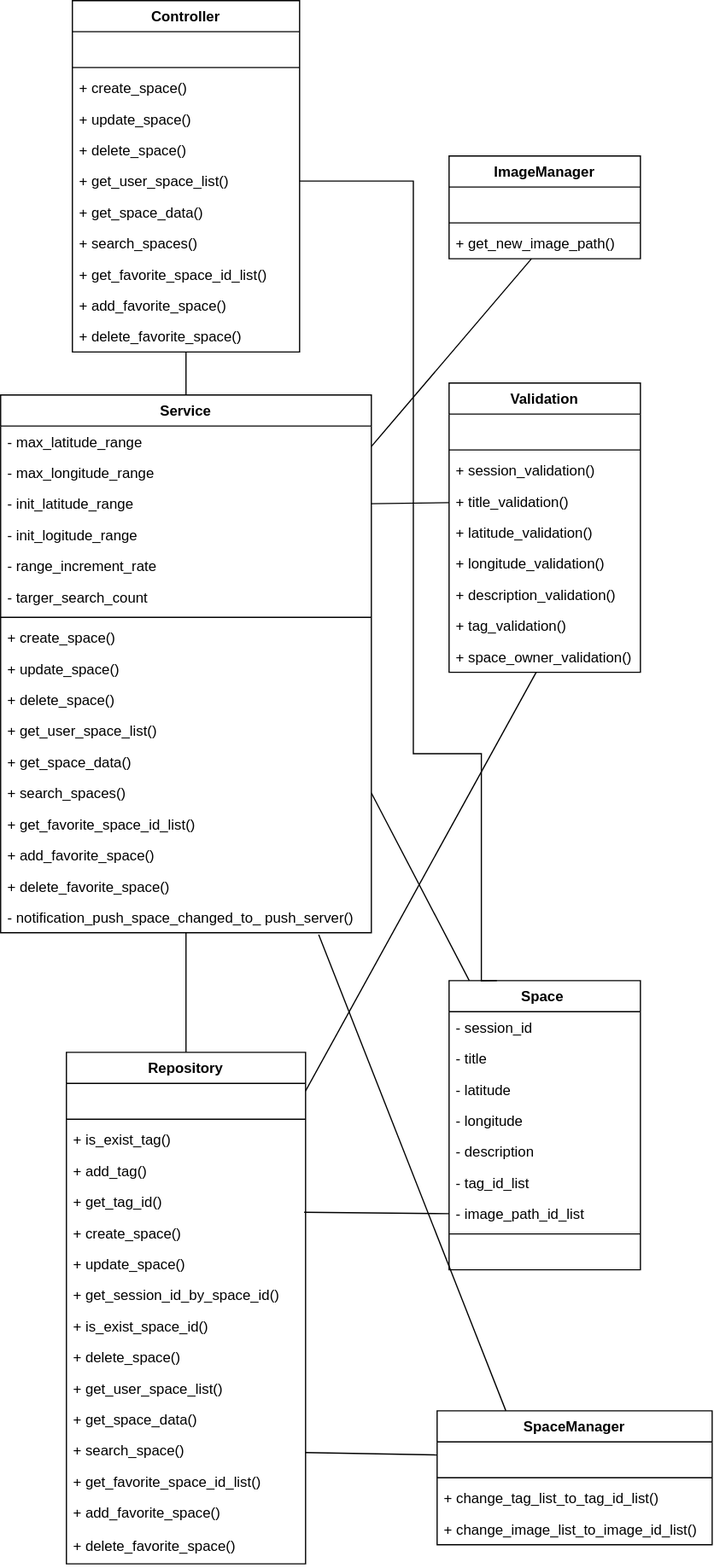
Earlier version of the draw.io export 클래스 다이어그램/space_server_class_diagram.svg (shlim0/2022_capstone1). Source tidied: cells renumbered, new cells last; positions are measured from the earlier drawing's top-left corner, leaving out a move shared by most shapes.
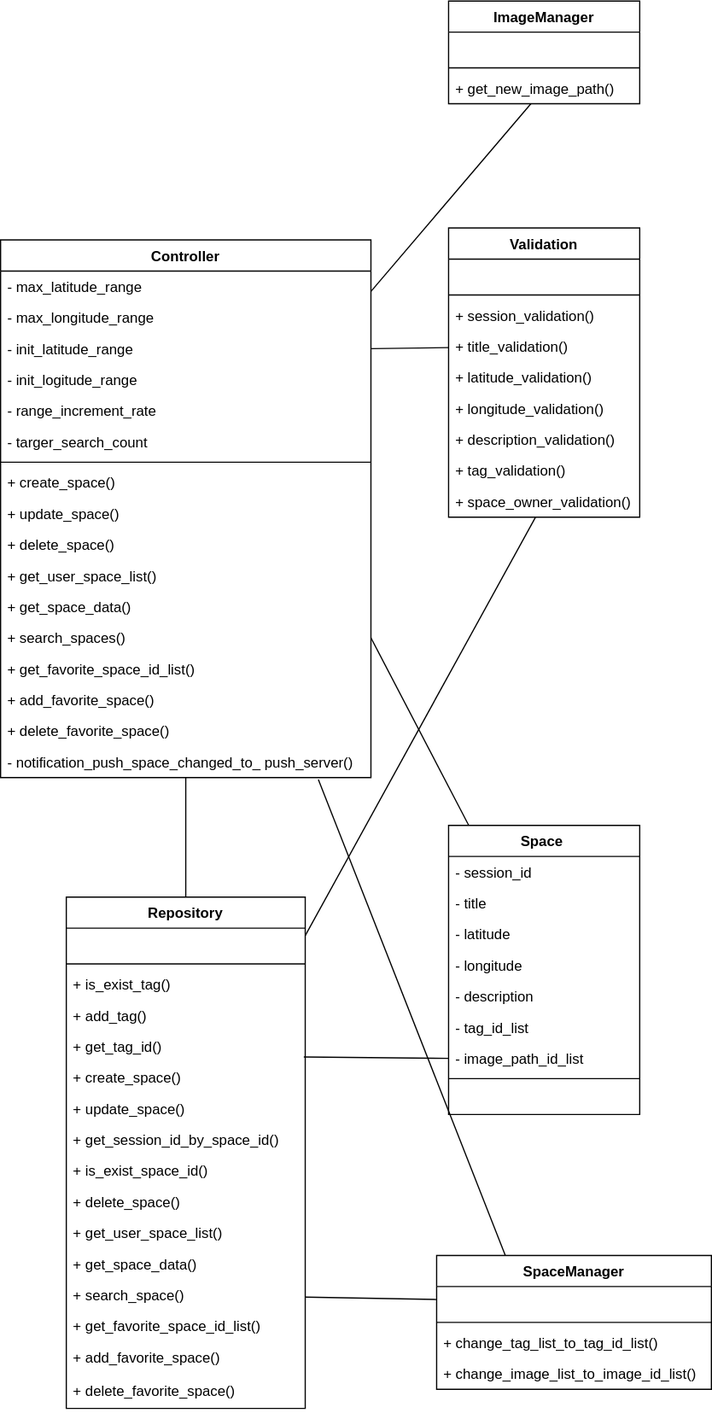
Later version of the same file.

Commit message:
space server class diagram 서비스 클래스 삭제

What changed in the source:
```diff
@@ -2,43 +2,7 @@
   <root>
     <mxCell id="0" />
     <mxCell id="1" parent="0" />
-    <mxCell id="2" value="Controller" style="swimlane;fontStyle=1;align=center;verticalAlign=top;horizontal=1;startSize=26;" parent="1" vertex="1">
-      <mxGeometry x="60" width="190" height="294" as="geometry" />
-    </mxCell>
-    <mxCell id="3" value=" " style="text;strokeColor=none;fillColor=none;align=left;verticalAlign=top;spacingLeft=4;spacingRight=4;overflow=hidden;" parent="2" vertex="1">
-      <mxGeometry y="26" width="190" height="26" as="geometry" />
-    </mxCell>
-    <mxCell id="4" style="line;strokeWidth=1;fillColor=none;align=left;verticalAlign=middle;spacingTop=-1;spacingLeft=3;spacingRight=3;labelPosition=right;strokeColor=inherit;" parent="2" vertex="1">
-      <mxGeometry y="52" width="190" height="8" as="geometry" />
-    </mxCell>
-    <mxCell id="5" value="+ create_space()" style="text;strokeColor=none;fillColor=none;align=left;verticalAlign=top;spacingLeft=4;spacingRight=4;overflow=hidden;" parent="2" vertex="1">
-      <mxGeometry y="60" width="190" height="26" as="geometry" />
-    </mxCell>
-    <mxCell id="6" value="+ update_space()" style="text;strokeColor=none;fillColor=none;align=left;verticalAlign=top;spacingLeft=4;spacingRight=4;overflow=hidden;" parent="2" vertex="1">
-      <mxGeometry y="86" width="190" height="26" as="geometry" />
-    </mxCell>
-    <mxCell id="7" value="+ delete_space()" style="text;strokeColor=none;fillColor=none;align=left;verticalAlign=top;spacingLeft=4;spacingRight=4;overflow=hidden;" parent="2" vertex="1">
-      <mxGeometry y="112" width="190" height="26" as="geometry" />
-    </mxCell>
-    <mxCell id="8" value="+ get_user_space_list()" style="text;strokeColor=none;fillColor=none;align=left;verticalAlign=top;spacingLeft=4;spacingRight=4;overflow=hidden;points=[[0,0.5],[1,0.5]];portConstraint=eastwest;" parent="2" vertex="1">
-      <mxGeometry y="138" width="190" height="26" as="geometry" />
-    </mxCell>
-    <mxCell id="9" value="+ get_space_data()" style="text;strokeColor=none;fillColor=none;align=left;verticalAlign=top;spacingLeft=4;spacingRight=4;overflow=hidden;" parent="2" vertex="1">
-      <mxGeometry y="164" width="190" height="26" as="geometry" />
-    </mxCell>
-    <mxCell id="10" value="+ search_spaces()" style="text;strokeColor=none;fillColor=none;align=left;verticalAlign=top;spacingLeft=4;spacingRight=4;overflow=hidden;" parent="2" vertex="1">
-      <mxGeometry y="190" width="190" height="26" as="geometry" />
-    </mxCell>
-    <mxCell id="11" value="+ get_favorite_space_id_list()" style="text;strokeColor=none;fillColor=none;align=left;verticalAlign=top;spacingLeft=4;spacingRight=4;overflow=hidden;" parent="2" vertex="1">
-      <mxGeometry y="216" width="190" height="26" as="geometry" />
-    </mxCell>
-    <mxCell id="12" value="+ add_favorite_space()" style="text;strokeColor=none;fillColor=none;align=left;verticalAlign=top;spacingLeft=4;spacingRight=4;overflow=hidden;" parent="2" vertex="1">
-      <mxGeometry y="242" width="190" height="26" as="geometry" />
-    </mxCell>
-    <mxCell id="13" value="+ delete_favorite_space()" style="text;strokeColor=none;fillColor=none;align=left;verticalAlign=top;spacingLeft=4;spacingRight=4;overflow=hidden;points=[[0,0.5],[1,0.5]];portConstraint=eastwest;" parent="2" vertex="1">
-      <mxGeometry y="268" width="190" height="26" as="geometry" />
-    </mxCell>
-    <mxCell id="14" value="Service" style="swimlane;fontStyle=1;align=center;verticalAlign=top;horizontal=1;startSize=26;" parent="1" vertex="1">
+    <mxCell id="14" value="Controller" style="swimlane;fontStyle=1;align=center;verticalAlign=top;horizontal=1;startSize=26;" parent="1" vertex="1">
       <mxGeometry y="330" width="310" height="450" as="geometry" />
     </mxCell>
     <mxCell id="15" value="- max_latitude_range " style="text;strokeColor=none;fillColor=none;align=left;verticalAlign=top;spacingLeft=4;spacingRight=4;overflow=hidden;" parent="14" vertex="1">
@@ -92,9 +56,6 @@
     <mxCell id="31" value="- notification_push_space_changed_to_ push_server()" style="text;strokeColor=none;fillColor=none;align=left;verticalAlign=top;spacingLeft=4;spacingRight=4;overflow=hidden;points=[[0,0.5],[1,0.5]];portConstraint=eastwest;" parent="14" vertex="1">
       <mxGeometry y="424" width="310" height="26" as="geometry" />
     </mxCell>
-    <mxCell id="32" style="endArrow=none;html=1;rounded=0;" parent="1" edge="1" source="13" target="14">
-      <mxGeometry relative="1" as="geometry" />
-    </mxCell>
     <mxCell id="33" value="Repository" style="swimlane;fontStyle=1;align=center;verticalAlign=top;horizontal=1;startSize=26;" parent="1" vertex="1">
       <mxGeometry x="55" y="880" width="200" height="428" as="geometry" />
     </mxCell>
@@ -257,15 +218,5 @@
     <mxCell id="86" style="endArrow=none;html=1;rounded=0;exitX=0.994;exitY=0.839;exitDx=0;exitDy=0;entryX=0;entryY=0.5;entryDx=0;entryDy=0;exitPerimeter=0;" parent="1" edge="1" source="38" target="77">
       <mxGeometry relative="1" as="geometry" />
     </mxCell>
-    <mxCell id="87" style="endArrow=none;html=1;rounded=0;exitX=1;exitY=0.5;exitDx=0;exitDy=0;edgeStyle=orthogonalEdgeStyle;entryX=0.25;entryY=0;entryDx=0;entryDy=0;" parent="1" edge="1" source="8" target="70">
-      <mxGeometry relative="1" as="geometry">
-        <Array as="points">
-          <mxPoint x="345" y="151" />
-          <mxPoint x="345" y="630" />
-          <mxPoint x="402" y="630" />
-          <mxPoint x="402" y="820" />
-        </Array>
-      </mxGeometry>
-    </mxCell>
   </root>
 </mxGraphModel>
```
